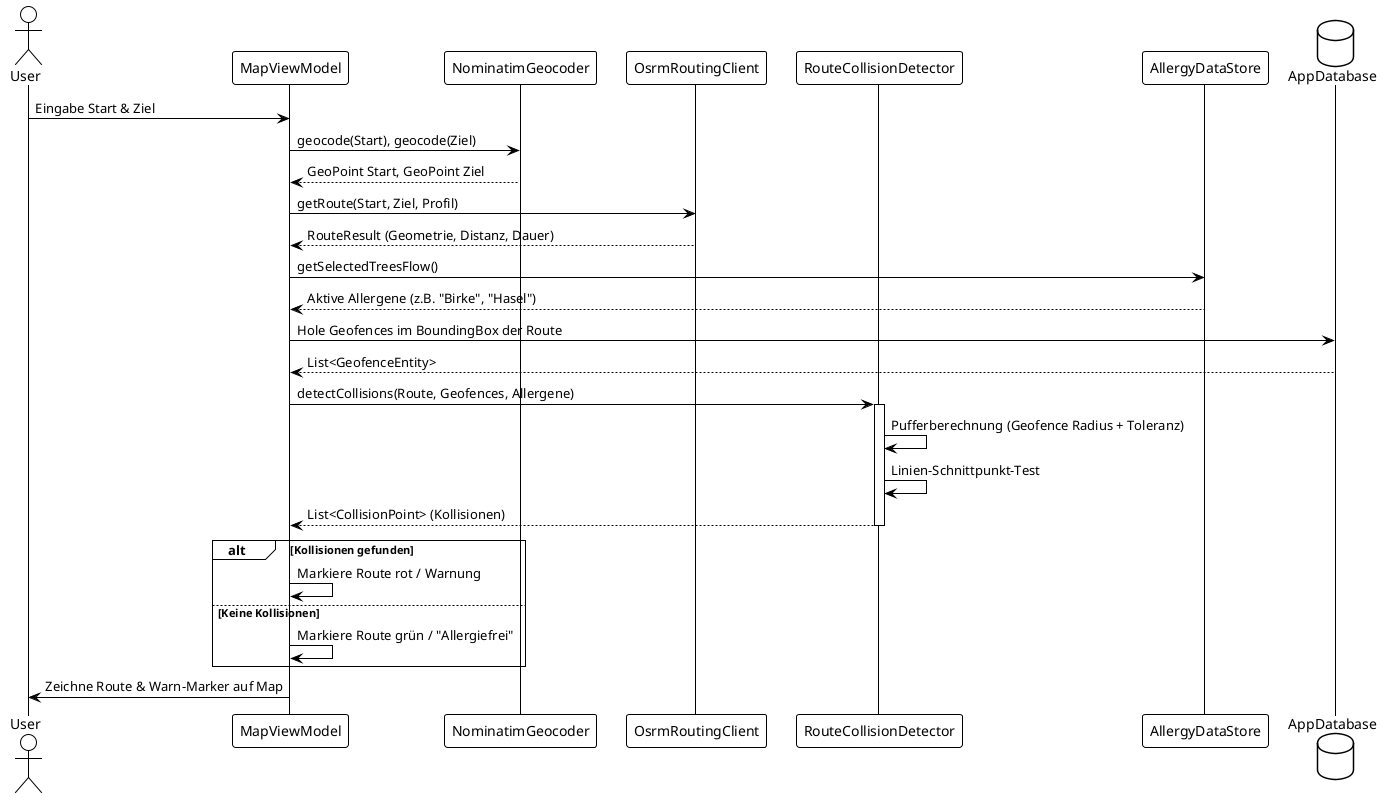
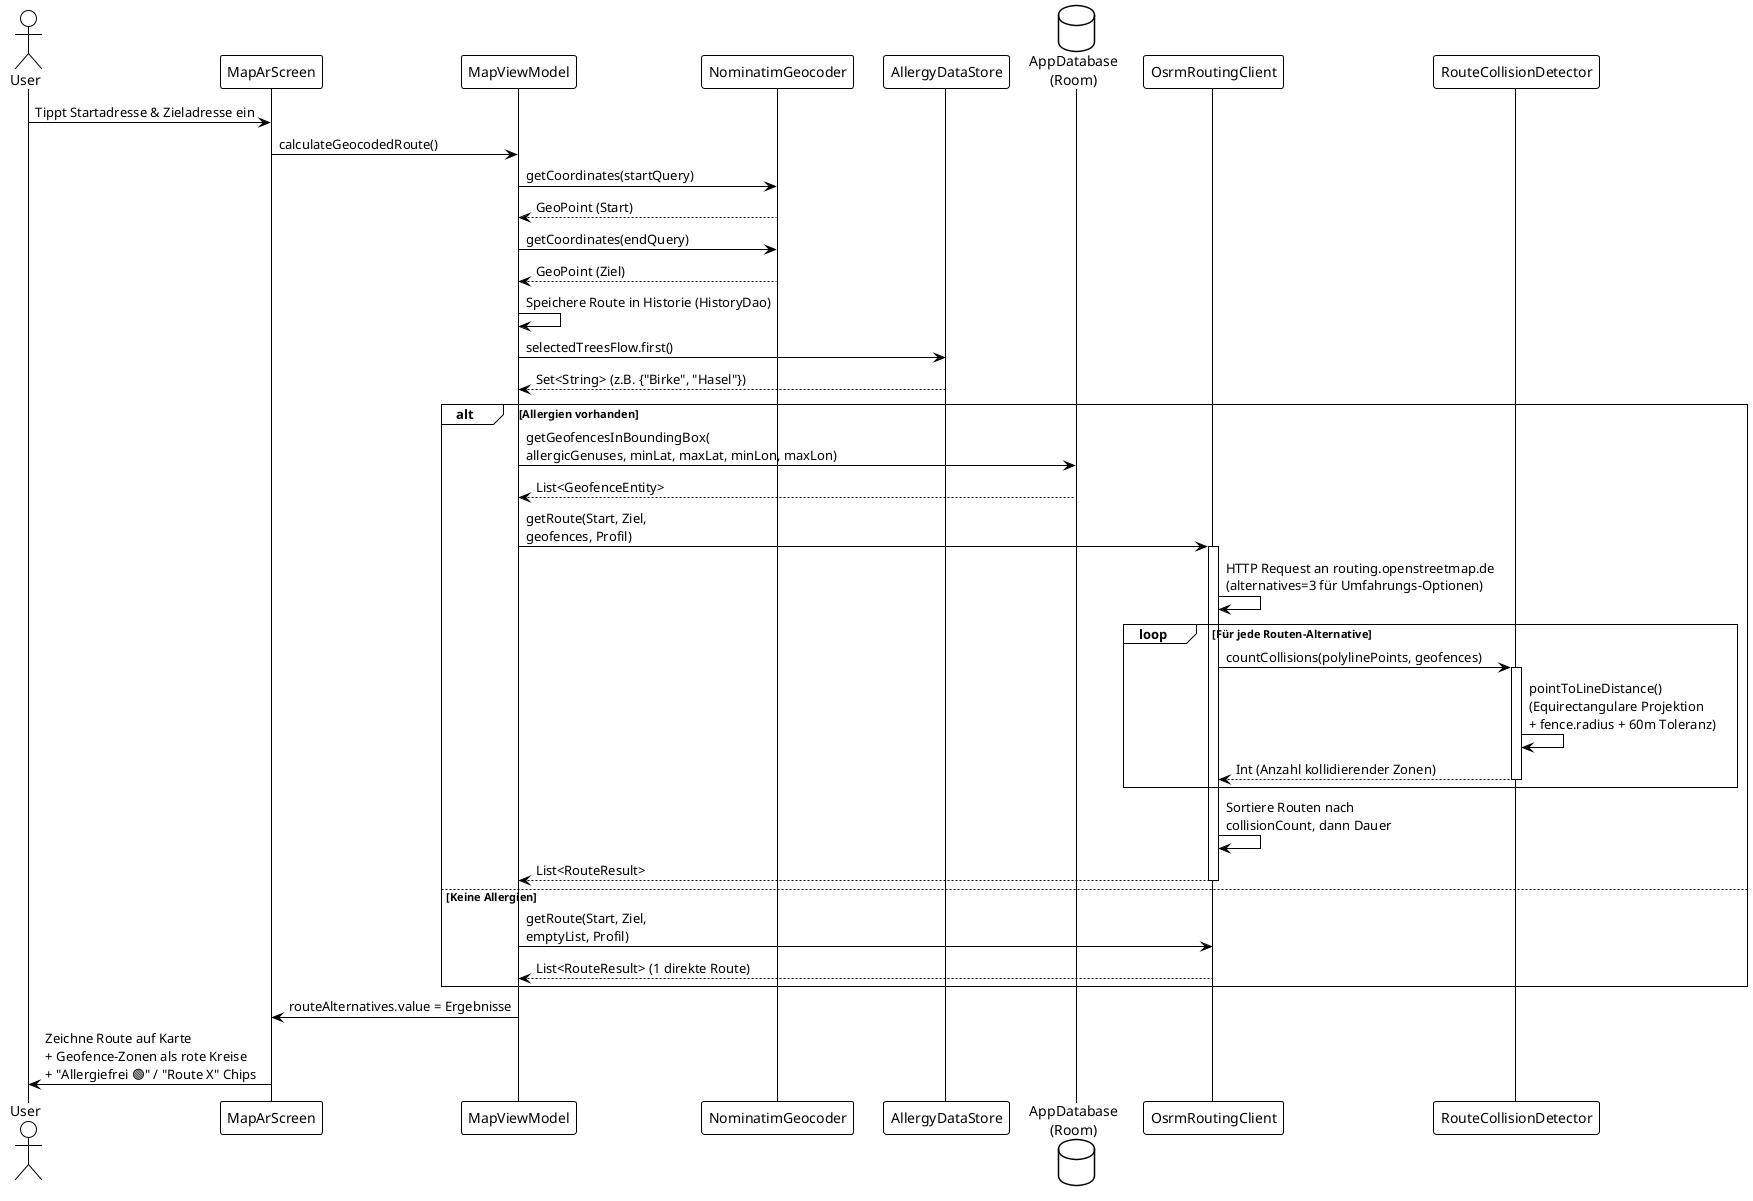
@startuml
!theme plain
actor User
+ participant "MapArScreen" as Screen
participant "MapViewModel" as ViewModel
participant "NominatimGeocoder" as Geocoder
+ participant "AllergyDataStore" as DataStore
+ database "AppDatabase\n(Room)" as DB
participant "OsrmRoutingClient" as Router
participant "RouteCollisionDetector" as Collision
- participant "AllergyDataStore" as DataStore
- database "AppDatabase" as DB

- User -> ViewModel : Eingabe Start & Ziel
- ViewModel -> Geocoder : geocode(Start), geocode(Ziel)
- Geocoder --> ViewModel : GeoPoint Start, GeoPoint Ziel
+ User -> Screen : Tippt Startadresse & Zieladresse ein
+ Screen -> ViewModel : calculateGeocodedRoute()
+ ViewModel -> Geocoder : getCoordinates(startQuery)
+ Geocoder --> ViewModel : GeoPoint (Start)
+ ViewModel -> Geocoder : getCoordinates(endQuery)
+ Geocoder --> ViewModel : GeoPoint (Ziel)

- ViewModel -> Router : getRoute(Start, Ziel, Profil)
- Router --> ViewModel : RouteResult (Geometrie, Distanz, Dauer)
+ ViewModel -> ViewModel : Speichere Route in Historie (HistoryDao)

- ViewModel -> DataStore : getSelectedTreesFlow()
- DataStore --> ViewModel : Aktive Allergene (z.B. "Birke", "Hasel")
+ ViewModel -> DataStore : selectedTreesFlow.first()
+ DataStore --> ViewModel : Set<String> (z.B. {"Birke", "Hasel"})

- ViewModel -> DB : Hole Geofences im BoundingBox der Route
- DB --> ViewModel : List<GeofenceEntity>
+ alt Allergien vorhanden
+   ViewModel -> DB : getGeofencesInBoundingBox(\nallergicGenuses, minLat, maxLat, minLon, maxLon)
+   DB --> ViewModel : List<GeofenceEntity>
+   ViewModel -> Router : getRoute(Start, Ziel,\ngeofences, Profil)
+   activate Router

- ViewModel -> Collision : detectCollisions(Route, Geofences, Allergene)
- activate Collision
- Collision -> Collision : Pufferberechnung (Geofence Radius + Toleranz)
- Collision -> Collision : Linien-Schnittpunkt-Test
- Collision --> ViewModel : List<CollisionPoint> (Kollisionen)
- deactivate Collision
+   Router -> Router : HTTP Request an routing.openstreetmap.de\n(alternatives=3 für Umfahrungs-Optionen)

- alt Kollisionen gefunden
-   ViewModel -> ViewModel : Markiere Route rot / Warnung
- else Keine Kollisionen
-   ViewModel -> ViewModel : Markiere Route grün / "Allergiefrei"
+   loop Für jede Routen-Alternative
+     Router -> Collision : countCollisions(polylinePoints, geofences)
+     activate Collision
+     Collision -> Collision : pointToLineDistance()\n(Equirectangulare Projektion\n+ fence.radius + 60m Toleranz)
+     Collision --> Router : Int (Anzahl kollidierender Zonen)
+     deactivate Collision
+   end
+ 
+   Router -> Router : Sortiere Routen nach\ncollisionCount, dann Dauer
+   Router --> ViewModel : List<RouteResult>
+   deactivate Router
+ else Keine Allergien
+   ViewModel -> Router : getRoute(Start, Ziel,\nemptyList, Profil)
+   Router --> ViewModel : List<RouteResult> (1 direkte Route)
end

- ViewModel -> User : Zeichne Route & Warn-Marker auf Map
+ ViewModel -> Screen : routeAlternatives.value = Ergebnisse
+ 
+ Screen -> User : Zeichne Route auf Karte\n+ Geofence-Zonen als rote Kreise\n+ "Allergiefrei 🟢" / "Route X" Chips
@enduml
